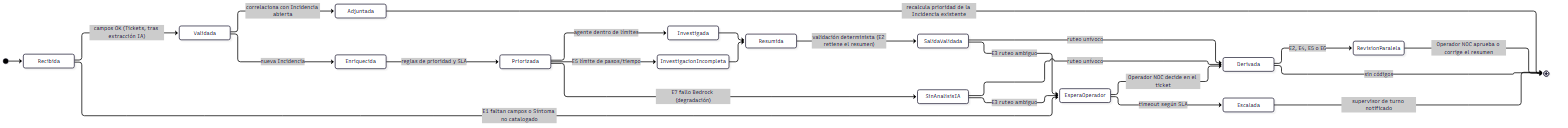
Earlier version of the Mermaid export docs/entregable/diagramas/estados.png (rcmanaure/hacom-reto-ai-engineer). Its source is kept beside it as docs/entregable/diagramas/estados.mmd.
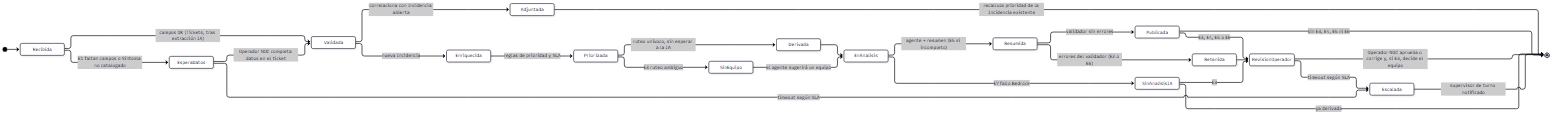
Later version of the same file.

Change to the diagram source:
```diff
@@ -2,24 +2,26 @@
   direction LR
   [*] --> Recibida
   Recibida --> Validada: campos OK (Tickets, tras extracción IA)
-  Recibida --> EsperaOperador: E1 faltan campos o Síntoma no catalogado
+  Recibida --> EsperaDatos: E1 faltan campos o Síntoma no catalogado
+  EsperaDatos --> Validada: Operador NOC completa datos en el ticket
+  EsperaDatos --> Escalada: timeout según SLA
   Validada --> Adjuntada: correlaciona con Incidencia abierta
   Adjuntada --> [*]: recalcula prioridad de la Incidencia existente
   Validada --> Enriquecida: nueva Incidencia
   Enriquecida --> Priorizada: reglas de prioridad y SLA
-  Priorizada --> Investigada: agente dentro de límites
-  Priorizada --> InvestigacionIncompleta: E5 límite de pasos/tiempo
-  Priorizada --> SinAnalisisIA: E7 fallo Bedrock (degradación)
-  Investigada --> Resumida
-  InvestigacionIncompleta --> Resumida
-  Resumida --> SalidaValidada: validación determinista (E2 retiene el resumen)
-  SalidaValidada --> Derivada: ruteo unívoco
-  SalidaValidada --> EsperaOperador: E3 ruteo ambiguo
-  SinAnalisisIA --> Derivada: ruteo unívoco
-  SinAnalisisIA --> EsperaOperador: E3 ruteo ambiguo
-  EsperaOperador --> Derivada: Operador NOC decide en el ticket
-  EsperaOperador --> Escalada: timeout según SLA
-  Derivada --> RevisionParalela: E2, E4, E5 o E6
-  Derivada --> [*]: sin códigos
-  RevisionParalela --> [*]: Operador NOC aprueba o corrige el resumen
+  Priorizada --> Derivada: ruteo unívoco, sin esperar a la IA
+  Priorizada --> SinEquipo: E3 ruteo ambiguo
+  Derivada --> EnAnalisis
+  SinEquipo --> EnAnalisis: el agente sugerirá un equipo
+  EnAnalisis --> Resumida: agente + resumen (E5 si incompleto)
+  EnAnalisis --> SinAnalisisIA: E7 fallo Bedrock
+  Resumida --> Publicada: validador sin errores
+  Resumida --> Retenida: errores del validador (E2 o E6)
+  Publicada --> [*]: sin E3, E4, E5 ni E6
+  Publicada --> RevisionOperador: E3, E4, E5 o E6
+  Retenida --> RevisionOperador
+  SinAnalisisIA --> [*]: ya derivada
+  SinAnalisisIA --> RevisionOperador: E3
+  RevisionOperador --> [*]: Operador NOC aprueba o corrige y, si E3, decide el equipo
+  RevisionOperador --> Escalada: timeout según SLA
   Escalada --> [*]: supervisor de turno notificado
```
